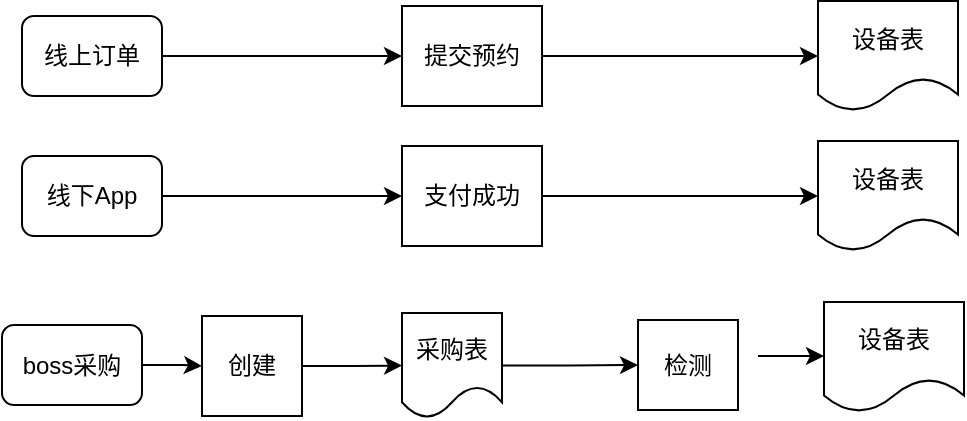
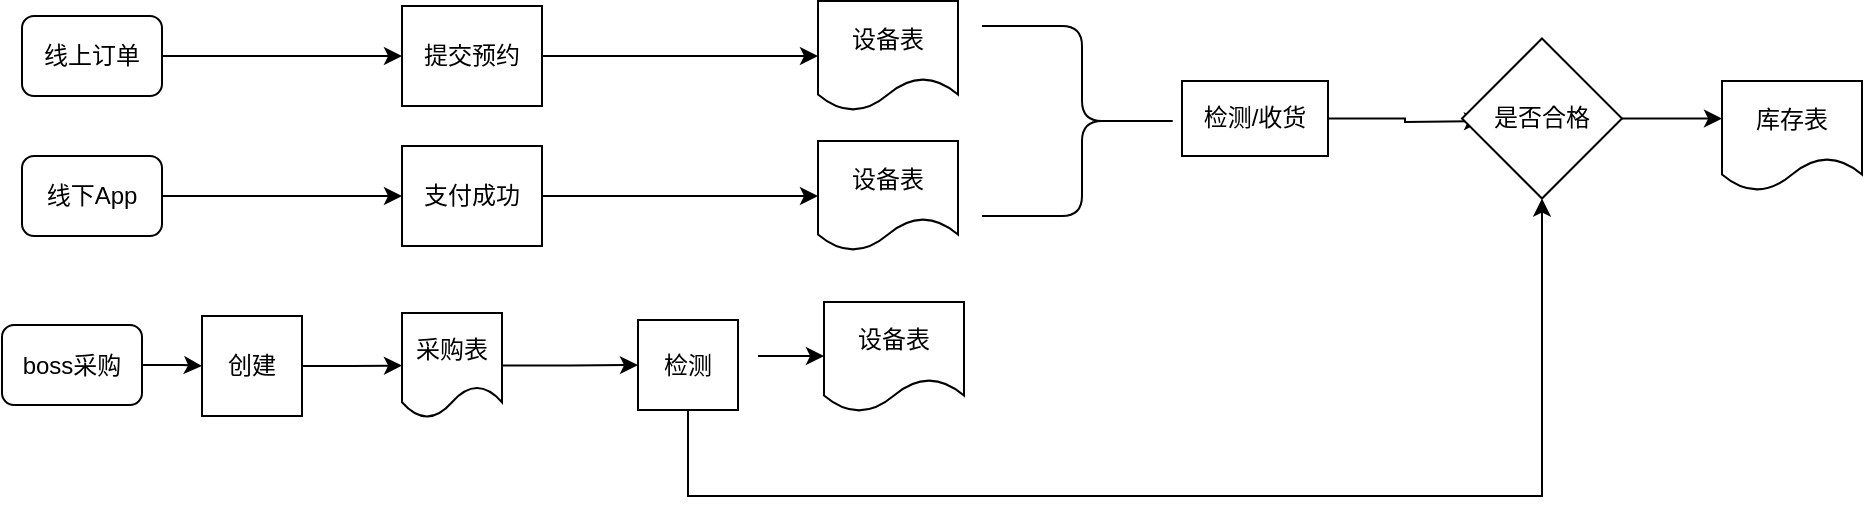
<mxfile host="app.diagrams.net">
  <diagram name="第 1 页" id="s3CgnVwbfZmktE_ADOAM">
    <mxGraphModel dx="1414" dy="730" grid="1" gridSize="10" guides="1" tooltips="1" connect="1" arrows="1" fold="1" page="1" pageScale="1" pageWidth="827" pageHeight="1169" math="0" shadow="0">
      <root>
        <mxCell id="0" />
        <mxCell id="1" parent="0" />
        <mxCell id="9bAV4iDaCewVaVFpZhyE-6" edge="1" parent="1" source="9bAV4iDaCewVaVFpZhyE-1" style="edgeStyle=orthogonalEdgeStyle;rounded=0;orthogonalLoop=1;jettySize=auto;html=1;entryX=0;entryY=0.5;entryDx=0;entryDy=0;" target="9bAV4iDaCewVaVFpZhyE-5">
          <mxGeometry relative="1" as="geometry" />
        </mxCell>
        <mxCell id="9bAV4iDaCewVaVFpZhyE-1" parent="1" style="rounded=1;whiteSpace=wrap;html=1;" value="线上订单" vertex="1">
          <mxGeometry height="40" width="70" x="100" y="200" as="geometry" />
        </mxCell>
        <mxCell id="9bAV4iDaCewVaVFpZhyE-8" edge="1" parent="1" source="9bAV4iDaCewVaVFpZhyE-2" style="edgeStyle=orthogonalEdgeStyle;rounded=0;orthogonalLoop=1;jettySize=auto;html=1;entryX=0;entryY=0.5;entryDx=0;entryDy=0;" target="9bAV4iDaCewVaVFpZhyE-7">
          <mxGeometry relative="1" as="geometry" />
        </mxCell>
        <mxCell id="9bAV4iDaCewVaVFpZhyE-2" parent="1" style="rounded=1;whiteSpace=wrap;html=1;" value="线下App" vertex="1">
          <mxGeometry height="40" width="70" x="100" y="270" as="geometry" />
        </mxCell>
        <mxCell id="9bAV4iDaCewVaVFpZhyE-18" edge="1" parent="1" source="9bAV4iDaCewVaVFpZhyE-4" style="edgeStyle=orthogonalEdgeStyle;rounded=0;orthogonalLoop=1;jettySize=auto;html=1;entryX=0;entryY=0.5;entryDx=0;entryDy=0;" target="9bAV4iDaCewVaVFpZhyE-17">
          <mxGeometry relative="1" as="geometry" />
        </mxCell>
        <mxCell id="9bAV4iDaCewVaVFpZhyE-4" parent="1" style="rounded=1;whiteSpace=wrap;html=1;" value="boss采购" vertex="1">
          <mxGeometry height="40" width="70" x="90" y="354.5" as="geometry" />
        </mxCell>
        <mxCell id="9bAV4iDaCewVaVFpZhyE-13" edge="1" parent="1" source="9bAV4iDaCewVaVFpZhyE-5" style="edgeStyle=orthogonalEdgeStyle;rounded=0;orthogonalLoop=1;jettySize=auto;html=1;entryX=0;entryY=0.5;entryDx=0;entryDy=0;" target="9bAV4iDaCewVaVFpZhyE-10">
          <mxGeometry relative="1" as="geometry" />
        </mxCell>
        <mxCell id="9bAV4iDaCewVaVFpZhyE-5" parent="1" style="rounded=0;whiteSpace=wrap;html=1;" value="提交预约" vertex="1">
          <mxGeometry height="50" width="70" x="290" y="195" as="geometry" />
        </mxCell>
        <mxCell id="9bAV4iDaCewVaVFpZhyE-14" edge="1" parent="1" source="9bAV4iDaCewVaVFpZhyE-7" style="edgeStyle=orthogonalEdgeStyle;rounded=0;orthogonalLoop=1;jettySize=auto;html=1;entryX=0;entryY=0.5;entryDx=0;entryDy=0;" target="9bAV4iDaCewVaVFpZhyE-11">
          <mxGeometry relative="1" as="geometry" />
        </mxCell>
        <mxCell id="9bAV4iDaCewVaVFpZhyE-7" parent="1" style="rounded=0;whiteSpace=wrap;html=1;" value="支付成功" vertex="1">
          <mxGeometry height="50" width="70" x="290" y="265" as="geometry" />
        </mxCell>
        <mxCell id="9bAV4iDaCewVaVFpZhyE-15" edge="1" parent="1" style="edgeStyle=orthogonalEdgeStyle;rounded=0;orthogonalLoop=1;jettySize=auto;html=1;entryX=0;entryY=0.5;entryDx=0;entryDy=0;" target="9bAV4iDaCewVaVFpZhyE-12">
          <mxGeometry relative="1" as="geometry">
            <mxPoint x="468" y="370" as="sourcePoint" />
          </mxGeometry>
        </mxCell>
+         <mxCell id="GVKssT9AvyQaVMVPeHK4-14" edge="1" parent="1" source="9bAV4iDaCewVaVFpZhyE-9" style="edgeStyle=orthogonalEdgeStyle;rounded=0;orthogonalLoop=1;jettySize=auto;html=1;entryX=0.5;entryY=1;entryDx=0;entryDy=0;" target="GVKssT9AvyQaVMVPeHK4-10">
+           <mxGeometry relative="1" as="geometry">
+             <Array as="points">
+               <mxPoint x="433" y="440" />
+               <mxPoint x="860" y="440" />
+             </Array>
+           </mxGeometry>
+         </mxCell>
        <mxCell id="9bAV4iDaCewVaVFpZhyE-9" parent="1" style="rounded=0;whiteSpace=wrap;html=1;" value="检测" vertex="1">
          <mxGeometry height="45" width="50" x="408" y="352" as="geometry" />
        </mxCell>
        <mxCell id="9bAV4iDaCewVaVFpZhyE-10" parent="1" style="shape=document;whiteSpace=wrap;html=1;boundedLbl=1;" value="设备表" vertex="1">
          <mxGeometry height="55" width="70" x="498" y="192.5" as="geometry" />
        </mxCell>
        <mxCell id="9bAV4iDaCewVaVFpZhyE-11" parent="1" style="shape=document;whiteSpace=wrap;html=1;boundedLbl=1;" value="设备表" vertex="1">
          <mxGeometry height="55" width="70" x="498" y="262.5" as="geometry" />
        </mxCell>
        <mxCell id="9bAV4iDaCewVaVFpZhyE-12" parent="1" style="shape=document;whiteSpace=wrap;html=1;boundedLbl=1;" value="设备表" vertex="1">
          <mxGeometry height="55" width="70" x="501" y="343" as="geometry" />
        </mxCell>
        <mxCell id="9bAV4iDaCewVaVFpZhyE-20" edge="1" parent="1" source="9bAV4iDaCewVaVFpZhyE-17" style="edgeStyle=orthogonalEdgeStyle;rounded=0;orthogonalLoop=1;jettySize=auto;html=1;entryX=0;entryY=0.5;entryDx=0;entryDy=0;" target="9bAV4iDaCewVaVFpZhyE-19">
          <mxGeometry relative="1" as="geometry" />
        </mxCell>
        <mxCell id="9bAV4iDaCewVaVFpZhyE-17" parent="1" style="rounded=0;whiteSpace=wrap;html=1;" value="创建" vertex="1">
          <mxGeometry height="50" width="50" x="190" y="350" as="geometry" />
        </mxCell>
        <mxCell id="9bAV4iDaCewVaVFpZhyE-21" edge="1" parent="1" source="9bAV4iDaCewVaVFpZhyE-19" style="edgeStyle=orthogonalEdgeStyle;rounded=0;orthogonalLoop=1;jettySize=auto;html=1;entryX=0;entryY=0.5;entryDx=0;entryDy=0;" target="9bAV4iDaCewVaVFpZhyE-9">
          <mxGeometry relative="1" as="geometry" />
        </mxCell>
        <mxCell id="9bAV4iDaCewVaVFpZhyE-19" parent="1" style="shape=document;whiteSpace=wrap;html=1;boundedLbl=1;" value="采购表" vertex="1">
          <mxGeometry height="52.5" width="50" x="290" y="348.5" as="geometry" />
        </mxCell>
+         <mxCell id="GVKssT9AvyQaVMVPeHK4-3" edge="1" parent="1" source="GVKssT9AvyQaVMVPeHK4-1" style="edgeStyle=orthogonalEdgeStyle;rounded=0;orthogonalLoop=1;jettySize=auto;html=1;" value="">
+           <mxGeometry relative="1" as="geometry">
+             <mxPoint x="710" y="252.5" as="targetPoint" />
+           </mxGeometry>
+         </mxCell>
+         <mxCell id="GVKssT9AvyQaVMVPeHK4-1" parent="1" style="shape=curlyBracket;whiteSpace=wrap;html=1;rounded=1;flipH=1;labelPosition=right;verticalLabelPosition=middle;align=left;verticalAlign=middle;legacyAnchorPoints=0;" value="" vertex="1">
+           <mxGeometry height="95" width="100" x="580" y="205" as="geometry" />
+         </mxCell>
+         <mxCell id="GVKssT9AvyQaVMVPeHK4-5" edge="1" parent="1" source="GVKssT9AvyQaVMVPeHK4-11" style="edgeStyle=orthogonalEdgeStyle;rounded=0;orthogonalLoop=1;jettySize=auto;html=1;" value="">
+           <mxGeometry relative="1" as="geometry">
+             <mxPoint x="780" y="252.5" as="sourcePoint" />
+             <mxPoint x="830" y="252.5" as="targetPoint" />
+           </mxGeometry>
+         </mxCell>
+         <mxCell id="GVKssT9AvyQaVMVPeHK4-12" edge="1" parent="1" source="GVKssT9AvyQaVMVPeHK4-10" style="edgeStyle=orthogonalEdgeStyle;rounded=0;orthogonalLoop=1;jettySize=auto;html=1;" value="">
+           <mxGeometry relative="1" as="geometry">
+             <mxPoint x="950" y="251.29999999999995" as="targetPoint" />
+           </mxGeometry>
+         </mxCell>
+         <mxCell id="GVKssT9AvyQaVMVPeHK4-10" parent="1" style="rhombus;whiteSpace=wrap;html=1;" value="是否合格" vertex="1">
+           <mxGeometry height="80" width="80" x="820" y="211.25" as="geometry" />
+         </mxCell>
+         <mxCell id="GVKssT9AvyQaVMVPeHK4-11" parent="1" style="rounded=0;whiteSpace=wrap;html=1;" value="&lt;span style=&quot;text-align: left;&quot;&gt;检测/收货&lt;/span&gt;" vertex="1">
+           <mxGeometry height="37.5" width="73" x="680" y="232.5" as="geometry" />
+         </mxCell>
+         <mxCell id="GVKssT9AvyQaVMVPeHK4-13" parent="1" style="shape=document;whiteSpace=wrap;html=1;boundedLbl=1;" value="库存表" vertex="1">
+           <mxGeometry height="55" width="70" x="950" y="232.5" as="geometry" />
+         </mxCell>
      </root>
    </mxGraphModel>
  </diagram>
</mxfile>
